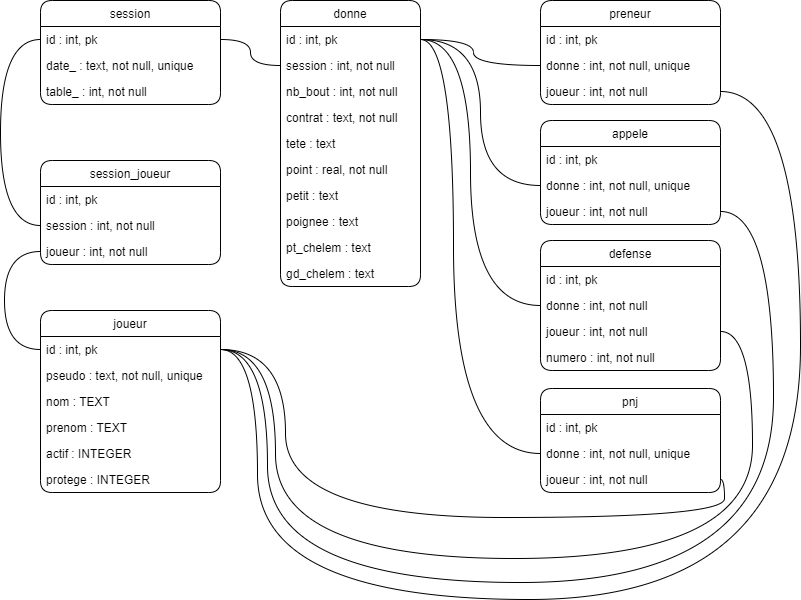
Above: schema_bdd.drawio.png in romain-navarro38/Suivi_Tarot (draw.io), before the change. Source tidied: cells renumbered, new cells last; positions are measured from the earlier drawing's top-left corner, leaving out a move shared by most shapes.
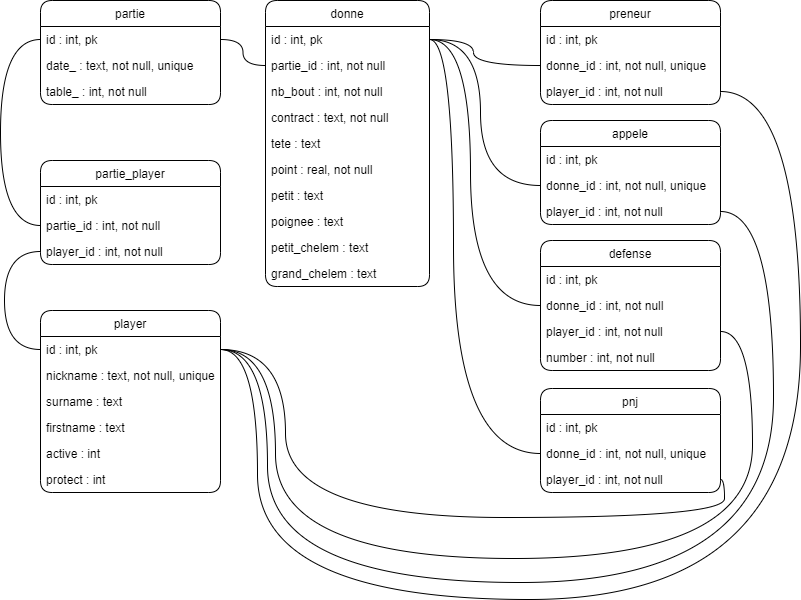
After the commit.

What changed in the source:
```diff
@@ -1,8 +1,8 @@
-<mxGraphModel background="#FFFFFF">
+<mxGraphModel background="#ffffff">
   <root>
     <mxCell id="0" />
     <mxCell id="1" parent="0" />
-    <mxCell id="2" value="session" style="swimlane;fontStyle=0;horizontal=1;startSize=26;fillColor=none;rounded=1;" parent="1" vertex="1">
+    <mxCell id="2" value="partie" style="swimlane;fontStyle=0;horizontal=1;startSize=26;fillColor=none;rounded=1;" parent="1" vertex="1">
       <mxGeometry x="40" width="180" height="104" as="geometry" />
     </mxCell>
     <mxCell id="3" value="id : int, pk" style="text;strokeColor=none;fillColor=none;align=left;verticalAlign=top;spacingLeft=4;spacingRight=4;overflow=hidden;points=[[0,0.5],[1,0.5]];portConstraint=eastwest;rounded=1;" parent="2" vertex="1">
@@ -15,69 +15,69 @@
       <mxGeometry y="78" width="180" height="26" as="geometry" />
     </mxCell>
     <mxCell id="6" value="donne" style="swimlane;fontStyle=0;horizontal=1;startSize=26;fillColor=none;rounded=1;" parent="1" vertex="1">
-      <mxGeometry x="280" width="140" height="286" as="geometry" />
+      <mxGeometry x="265" width="164" height="286" as="geometry" />
     </mxCell>
     <mxCell id="7" value="id : int, pk" style="text;strokeColor=none;fillColor=none;align=left;verticalAlign=top;spacingLeft=4;spacingRight=4;overflow=hidden;points=[[0,0.5],[1,0.5]];portConstraint=eastwest;rounded=1;" parent="6" vertex="1">
-      <mxGeometry y="26" width="140" height="26" as="geometry" />
+      <mxGeometry y="26" width="164" height="26" as="geometry" />
     </mxCell>
-    <mxCell id="8" value="session : int, not null" style="text;strokeColor=none;fillColor=none;align=left;verticalAlign=top;spacingLeft=4;spacingRight=4;overflow=hidden;points=[[0,0.5],[1,0.5]];portConstraint=eastwest;rounded=1;" parent="6" vertex="1">
-      <mxGeometry y="52" width="140" height="26" as="geometry" />
+    <mxCell id="8" value="partie_id : int, not null" style="text;strokeColor=none;fillColor=none;align=left;verticalAlign=top;spacingLeft=4;spacingRight=4;overflow=hidden;points=[[0,0.5],[1,0.5]];portConstraint=eastwest;rounded=1;" parent="6" vertex="1">
+      <mxGeometry y="52" width="164" height="26" as="geometry" />
     </mxCell>
     <mxCell id="9" value="nb_bout : int, not null" style="text;strokeColor=none;fillColor=none;align=left;verticalAlign=top;spacingLeft=4;spacingRight=4;overflow=hidden;rounded=1;" parent="6" vertex="1">
-      <mxGeometry y="78" width="140" height="26" as="geometry" />
+      <mxGeometry y="78" width="164" height="26" as="geometry" />
     </mxCell>
-    <mxCell id="10" value="contrat : text, not null" style="text;strokeColor=none;fillColor=none;align=left;verticalAlign=top;spacingLeft=4;spacingRight=4;overflow=hidden;rounded=1;" parent="6" vertex="1">
-      <mxGeometry y="104" width="140" height="26" as="geometry" />
+    <mxCell id="10" value="contract : text, not null" style="text;strokeColor=none;fillColor=none;align=left;verticalAlign=top;spacingLeft=4;spacingRight=4;overflow=hidden;rounded=1;" parent="6" vertex="1">
+      <mxGeometry y="104" width="164" height="26" as="geometry" />
     </mxCell>
     <mxCell id="11" value="tete : text" style="text;strokeColor=none;fillColor=none;align=left;verticalAlign=top;spacingLeft=4;spacingRight=4;overflow=hidden;rounded=1;" parent="6" vertex="1">
-      <mxGeometry y="130" width="140" height="26" as="geometry" />
+      <mxGeometry y="130" width="164" height="26" as="geometry" />
     </mxCell>
     <mxCell id="12" value="point : real, not null" style="text;strokeColor=none;fillColor=none;align=left;verticalAlign=top;spacingLeft=4;spacingRight=4;overflow=hidden;rounded=1;" parent="6" vertex="1">
-      <mxGeometry y="156" width="140" height="26" as="geometry" />
+      <mxGeometry y="156" width="164" height="26" as="geometry" />
     </mxCell>
     <mxCell id="13" value="petit : text" style="text;strokeColor=none;fillColor=none;align=left;verticalAlign=top;spacingLeft=4;spacingRight=4;overflow=hidden;rounded=1;" parent="6" vertex="1">
-      <mxGeometry y="182" width="140" height="26" as="geometry" />
+      <mxGeometry y="182" width="164" height="26" as="geometry" />
     </mxCell>
     <mxCell id="14" value="poignee : text" style="text;strokeColor=none;fillColor=none;align=left;verticalAlign=top;spacingLeft=4;spacingRight=4;overflow=hidden;rounded=1;" parent="6" vertex="1">
-      <mxGeometry y="208" width="140" height="26" as="geometry" />
+      <mxGeometry y="208" width="164" height="26" as="geometry" />
     </mxCell>
-    <mxCell id="15" value="pt_chelem : text" style="text;strokeColor=none;fillColor=none;align=left;verticalAlign=top;spacingLeft=4;spacingRight=4;overflow=hidden;rounded=1;" parent="6" vertex="1">
-      <mxGeometry y="234" width="140" height="26" as="geometry" />
+    <mxCell id="15" value="petit_chelem : text" style="text;strokeColor=none;fillColor=none;align=left;verticalAlign=top;spacingLeft=4;spacingRight=4;overflow=hidden;rounded=1;" parent="6" vertex="1">
+      <mxGeometry y="234" width="164" height="26" as="geometry" />
     </mxCell>
-    <mxCell id="16" value="gd_chelem : text" style="text;strokeColor=none;fillColor=none;align=left;verticalAlign=top;spacingLeft=4;spacingRight=4;overflow=hidden;rounded=1;" parent="6" vertex="1">
-      <mxGeometry y="260" width="140" height="26" as="geometry" />
+    <mxCell id="16" value="grand_chelem : text" style="text;strokeColor=none;fillColor=none;align=left;verticalAlign=top;spacingLeft=4;spacingRight=4;overflow=hidden;rounded=1;" parent="6" vertex="1">
+      <mxGeometry y="260" width="164" height="26" as="geometry" />
     </mxCell>
-    <mxCell id="17" value="joueur" style="swimlane;fontStyle=0;horizontal=1;startSize=26;fillColor=none;rounded=1;" parent="1" vertex="1">
+    <mxCell id="17" value="player" style="swimlane;fontStyle=0;horizontal=1;startSize=26;fillColor=none;rounded=1;" parent="1" vertex="1">
       <mxGeometry x="40" y="310" width="180" height="182" as="geometry" />
     </mxCell>
     <mxCell id="18" value="id : int, pk" style="text;strokeColor=none;fillColor=none;align=left;verticalAlign=top;spacingLeft=4;spacingRight=4;overflow=hidden;points=[[0,0.5],[1,0.5]];portConstraint=eastwest;rounded=1;" parent="17" vertex="1">
       <mxGeometry y="26" width="180" height="26" as="geometry" />
     </mxCell>
-    <mxCell id="19" value="pseudo : text, not null, unique" style="text;strokeColor=none;fillColor=none;align=left;verticalAlign=top;spacingLeft=4;spacingRight=4;overflow=hidden;rounded=1;" parent="17" vertex="1">
+    <mxCell id="19" value="nickname : text, not null, unique" style="text;strokeColor=none;fillColor=none;align=left;verticalAlign=top;spacingLeft=4;spacingRight=4;overflow=hidden;rounded=1;" parent="17" vertex="1">
       <mxGeometry y="52" width="180" height="26" as="geometry" />
     </mxCell>
-    <mxCell id="20" value="nom : TEXT" style="text;strokeColor=none;fillColor=none;align=left;verticalAlign=top;spacingLeft=4;spacingRight=4;overflow=hidden;rounded=1;" parent="17" vertex="1">
+    <mxCell id="20" value="surname : text" style="text;strokeColor=none;fillColor=none;align=left;verticalAlign=top;spacingLeft=4;spacingRight=4;overflow=hidden;rounded=1;" parent="17" vertex="1">
       <mxGeometry y="78" width="180" height="26" as="geometry" />
     </mxCell>
-    <mxCell id="21" value="prenom : TEXT" style="text;strokeColor=none;fillColor=none;align=left;verticalAlign=top;spacingLeft=4;spacingRight=4;overflow=hidden;rounded=1;" parent="17" vertex="1">
+    <mxCell id="21" value="firstname : text" style="text;strokeColor=none;fillColor=none;align=left;verticalAlign=top;spacingLeft=4;spacingRight=4;overflow=hidden;rounded=1;" parent="17" vertex="1">
       <mxGeometry y="104" width="180" height="26" as="geometry" />
     </mxCell>
-    <mxCell id="22" value="actif : INTEGER" style="text;strokeColor=none;fillColor=none;align=left;verticalAlign=top;spacingLeft=4;spacingRight=4;overflow=hidden;rounded=1;" parent="17" vertex="1">
+    <mxCell id="22" value="active : int" style="text;strokeColor=none;fillColor=none;align=left;verticalAlign=top;spacingLeft=4;spacingRight=4;overflow=hidden;rounded=1;" parent="17" vertex="1">
       <mxGeometry y="130" width="180" height="26" as="geometry" />
     </mxCell>
-    <mxCell id="23" value="protege : INTEGER" style="text;strokeColor=none;fillColor=none;align=left;verticalAlign=top;spacingLeft=4;spacingRight=4;overflow=hidden;rounded=1;" parent="17" vertex="1">
+    <mxCell id="23" value="protect : int" style="text;strokeColor=none;fillColor=none;align=left;verticalAlign=top;spacingLeft=4;spacingRight=4;overflow=hidden;rounded=1;" parent="17" vertex="1">
       <mxGeometry y="156" width="180" height="26" as="geometry" />
     </mxCell>
-    <mxCell id="24" value="session_joueur" style="swimlane;fontStyle=0;horizontal=1;startSize=26;fillColor=none;rounded=1;" parent="1" vertex="1">
+    <mxCell id="24" value="partie_player" style="swimlane;fontStyle=0;horizontal=1;startSize=26;fillColor=none;rounded=1;" parent="1" vertex="1">
       <mxGeometry x="40" y="160" width="180" height="104" as="geometry" />
     </mxCell>
     <mxCell id="25" value="id : int, pk" style="text;strokeColor=none;fillColor=none;align=left;verticalAlign=top;spacingLeft=4;spacingRight=4;overflow=hidden;rounded=1;" parent="24" vertex="1">
       <mxGeometry y="26" width="180" height="26" as="geometry" />
     </mxCell>
-    <mxCell id="26" value="session : int, not null" style="text;strokeColor=none;fillColor=none;align=left;verticalAlign=top;spacingLeft=4;spacingRight=4;overflow=hidden;points=[[0,0.5],[1,0.5]];portConstraint=eastwest;rounded=1;" parent="24" vertex="1">
+    <mxCell id="26" value="partie_id : int, not null" style="text;strokeColor=none;fillColor=none;align=left;verticalAlign=top;spacingLeft=4;spacingRight=4;overflow=hidden;points=[[0,0.5],[1,0.5]];portConstraint=eastwest;rounded=1;" parent="24" vertex="1">
       <mxGeometry y="52" width="180" height="26" as="geometry" />
     </mxCell>
-    <mxCell id="27" value="joueur : int, not null" style="text;strokeColor=none;fillColor=none;align=left;verticalAlign=top;spacingLeft=4;spacingRight=4;overflow=hidden;points=[[0,0.5],[1,0.5]];portConstraint=eastwest;rounded=1;" parent="24" vertex="1">
+    <mxCell id="27" value="player_id : int, not null" style="text;strokeColor=none;fillColor=none;align=left;verticalAlign=top;spacingLeft=4;spacingRight=4;overflow=hidden;points=[[0,0.5],[1,0.5]];portConstraint=eastwest;rounded=1;" parent="24" vertex="1">
       <mxGeometry y="78" width="180" height="26" as="geometry" />
     </mxCell>
     <mxCell id="28" style="edgeStyle=orthogonalEdgeStyle;rounded=1;jettySize=auto;html=1;exitX=0;exitY=0.5;exitDx=0;exitDy=0;entryX=0;entryY=0.5;entryDx=0;entryDy=0;endArrow=none;endFill=0;curved=1;" parent="1" edge="1" source="3" target="26">
@@ -105,10 +105,10 @@
     <mxCell id="32" value="id : int, pk" style="text;strokeColor=none;fillColor=none;align=left;verticalAlign=top;spacingLeft=4;spacingRight=4;overflow=hidden;rounded=1;" parent="31" vertex="1">
       <mxGeometry y="26" width="180" height="26" as="geometry" />
     </mxCell>
-    <mxCell id="33" value="donne : int, not null, unique" style="text;strokeColor=none;fillColor=none;align=left;verticalAlign=top;spacingLeft=4;spacingRight=4;overflow=hidden;points=[[0,0.5],[1,0.5]];portConstraint=eastwest;rounded=1;" parent="31" vertex="1">
+    <mxCell id="33" value="donne_id : int, not null, unique" style="text;strokeColor=none;fillColor=none;align=left;verticalAlign=top;spacingLeft=4;spacingRight=4;overflow=hidden;points=[[0,0.5],[1,0.5]];portConstraint=eastwest;rounded=1;" parent="31" vertex="1">
       <mxGeometry y="52" width="180" height="26" as="geometry" />
     </mxCell>
-    <mxCell id="34" value="joueur : int, not null" style="text;strokeColor=none;fillColor=none;align=left;verticalAlign=top;spacingLeft=4;spacingRight=4;overflow=hidden;points=[[0,0.5],[1,0.5]];portConstraint=eastwest;rounded=1;" parent="31" vertex="1">
+    <mxCell id="34" value="player_id : int, not null" style="text;strokeColor=none;fillColor=none;align=left;verticalAlign=top;spacingLeft=4;spacingRight=4;overflow=hidden;points=[[0,0.5],[1,0.5]];portConstraint=eastwest;rounded=1;" parent="31" vertex="1">
       <mxGeometry y="78" width="180" height="26" as="geometry" />
     </mxCell>
     <mxCell id="35" style="edgeStyle=orthogonalEdgeStyle;rounded=1;jettySize=auto;html=1;exitX=1;exitY=0.5;exitDx=0;exitDy=0;entryX=0;entryY=0.5;entryDx=0;entryDy=0;endArrow=none;endFill=0;curved=1;" parent="1" edge="1" source="7" target="33">
@@ -125,10 +125,10 @@
     <mxCell id="37" value="id : int, pk" style="text;strokeColor=none;fillColor=none;align=left;verticalAlign=top;spacingLeft=4;spacingRight=4;overflow=hidden;rounded=1;" parent="36" vertex="1">
       <mxGeometry y="26" width="180" height="26" as="geometry" />
     </mxCell>
-    <mxCell id="38" value="donne : int, not null, unique" style="text;strokeColor=none;fillColor=none;align=left;verticalAlign=top;spacingLeft=4;spacingRight=4;overflow=hidden;points=[[0,0.5],[1,0.5]];portConstraint=eastwest;rounded=1;" parent="36" vertex="1">
+    <mxCell id="38" value="donne_id : int, not null, unique" style="text;strokeColor=none;fillColor=none;align=left;verticalAlign=top;spacingLeft=4;spacingRight=4;overflow=hidden;points=[[0,0.5],[1,0.5]];portConstraint=eastwest;rounded=1;" parent="36" vertex="1">
       <mxGeometry y="52" width="180" height="26" as="geometry" />
     </mxCell>
-    <mxCell id="39" value="joueur : int, not null" style="text;strokeColor=none;fillColor=none;align=left;verticalAlign=top;spacingLeft=4;spacingRight=4;overflow=hidden;points=[[0,0.5],[1,0.5]];portConstraint=eastwest;rounded=1;" parent="36" vertex="1">
+    <mxCell id="39" value="player_id : int, not null" style="text;strokeColor=none;fillColor=none;align=left;verticalAlign=top;spacingLeft=4;spacingRight=4;overflow=hidden;points=[[0,0.5],[1,0.5]];portConstraint=eastwest;rounded=1;" parent="36" vertex="1">
       <mxGeometry y="78" width="180" height="26" as="geometry" />
     </mxCell>
     <mxCell id="40" style="edgeStyle=orthogonalEdgeStyle;rounded=1;jettySize=auto;html=1;exitX=1;exitY=0.5;exitDx=0;exitDy=0;entryX=0;entryY=0.5;entryDx=0;entryDy=0;endArrow=none;endFill=0;curved=1;" parent="1" edge="1" source="7" target="38">
@@ -145,13 +145,13 @@
     <mxCell id="42" value="id : int, pk" style="text;strokeColor=none;fillColor=none;align=left;verticalAlign=top;spacingLeft=4;spacingRight=4;overflow=hidden;rounded=1;" parent="41" vertex="1">
       <mxGeometry y="26" width="180" height="26" as="geometry" />
     </mxCell>
-    <mxCell id="43" value="donne : int, not null" style="text;strokeColor=none;fillColor=none;align=left;verticalAlign=top;spacingLeft=4;spacingRight=4;overflow=hidden;points=[[0,0.5],[1,0.5]];portConstraint=eastwest;rounded=1;" parent="41" vertex="1">
+    <mxCell id="43" value="donne_id : int, not null" style="text;strokeColor=none;fillColor=none;align=left;verticalAlign=top;spacingLeft=4;spacingRight=4;overflow=hidden;points=[[0,0.5],[1,0.5]];portConstraint=eastwest;rounded=1;" parent="41" vertex="1">
       <mxGeometry y="52" width="180" height="26" as="geometry" />
     </mxCell>
-    <mxCell id="44" value="joueur : int, not null" style="text;strokeColor=none;fillColor=none;align=left;verticalAlign=top;spacingLeft=4;spacingRight=4;overflow=hidden;points=[[0,0.5],[1,0.5]];portConstraint=eastwest;rounded=1;" parent="41" vertex="1">
+    <mxCell id="44" value="player_id : int, not null" style="text;strokeColor=none;fillColor=none;align=left;verticalAlign=top;spacingLeft=4;spacingRight=4;overflow=hidden;points=[[0,0.5],[1,0.5]];portConstraint=eastwest;rounded=1;" parent="41" vertex="1">
       <mxGeometry y="78" width="180" height="26" as="geometry" />
     </mxCell>
-    <mxCell id="45" value="numero : int, not null" style="text;strokeColor=none;fillColor=none;align=left;verticalAlign=top;spacingLeft=4;spacingRight=4;overflow=hidden;rounded=1;" parent="41" vertex="1">
+    <mxCell id="45" value="number : int, not null" style="text;strokeColor=none;fillColor=none;align=left;verticalAlign=top;spacingLeft=4;spacingRight=4;overflow=hidden;rounded=1;" parent="41" vertex="1">
       <mxGeometry y="104" width="180" height="26" as="geometry" />
     </mxCell>
     <mxCell id="46" value="pnj" style="swimlane;fontStyle=0;horizontal=1;startSize=26;fillColor=none;rounded=1;" parent="1" vertex="1">
@@ -160,10 +160,10 @@
     <mxCell id="47" value="id : int, pk" style="text;strokeColor=none;fillColor=none;align=left;verticalAlign=top;spacingLeft=4;spacingRight=4;overflow=hidden;rounded=1;" parent="46" vertex="1">
       <mxGeometry y="26" width="180" height="26" as="geometry" />
     </mxCell>
-    <mxCell id="48" value="donne : int, not null, unique" style="text;strokeColor=none;fillColor=none;align=left;verticalAlign=top;spacingLeft=4;spacingRight=4;overflow=hidden;points=[[0,0.5],[1,0.5]];portConstraint=eastwest;rounded=1;" parent="46" vertex="1">
+    <mxCell id="48" value="donne_id : int, not null, unique" style="text;strokeColor=none;fillColor=none;align=left;verticalAlign=top;spacingLeft=4;spacingRight=4;overflow=hidden;points=[[0,0.5],[1,0.5]];portConstraint=eastwest;rounded=1;" parent="46" vertex="1">
       <mxGeometry y="52" width="180" height="26" as="geometry" />
     </mxCell>
-    <mxCell id="49" value="joueur : int, not null" style="text;strokeColor=none;fillColor=none;align=left;verticalAlign=top;spacingLeft=4;spacingRight=4;overflow=hidden;points=[[0,0.5],[1,0.5]];portConstraint=eastwest;rounded=1;" parent="46" vertex="1">
+    <mxCell id="49" value="player_id : int, not null" style="text;strokeColor=none;fillColor=none;align=left;verticalAlign=top;spacingLeft=4;spacingRight=4;overflow=hidden;points=[[0,0.5],[1,0.5]];portConstraint=eastwest;rounded=1;" parent="46" vertex="1">
       <mxGeometry y="78" width="180" height="26" as="geometry" />
     </mxCell>
     <mxCell id="50" style="edgeStyle=orthogonalEdgeStyle;rounded=1;jettySize=auto;html=1;exitX=1;exitY=0.5;exitDx=0;exitDy=0;entryX=0;entryY=0.5;entryDx=0;entryDy=0;endArrow=none;endFill=0;curved=1;" parent="1" edge="1" source="7" target="43">
```
